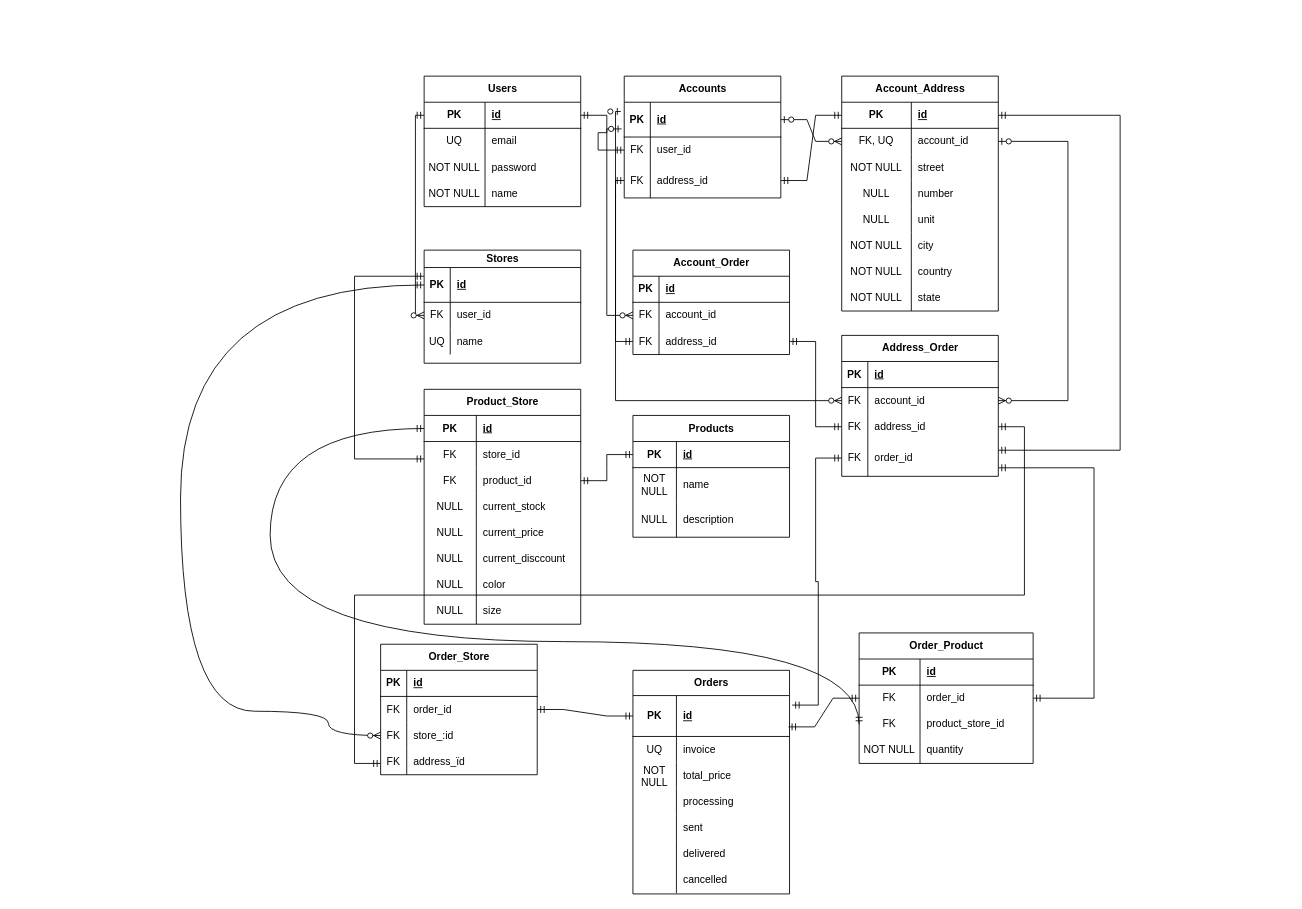
Earlier version of the draw.io diagram Ecommerce/Diseño Lógico.drawio (calamoazul/diagramas-base-datos). Source tidied: cells renumbered, new cells numbered last; positions are measured from the earlier drawing's top-left corner, leaving out a move shared by most shapes. Both pictures are drawn from the tidied source at 87%, with x=0, y=0 at pixel (180, -133).
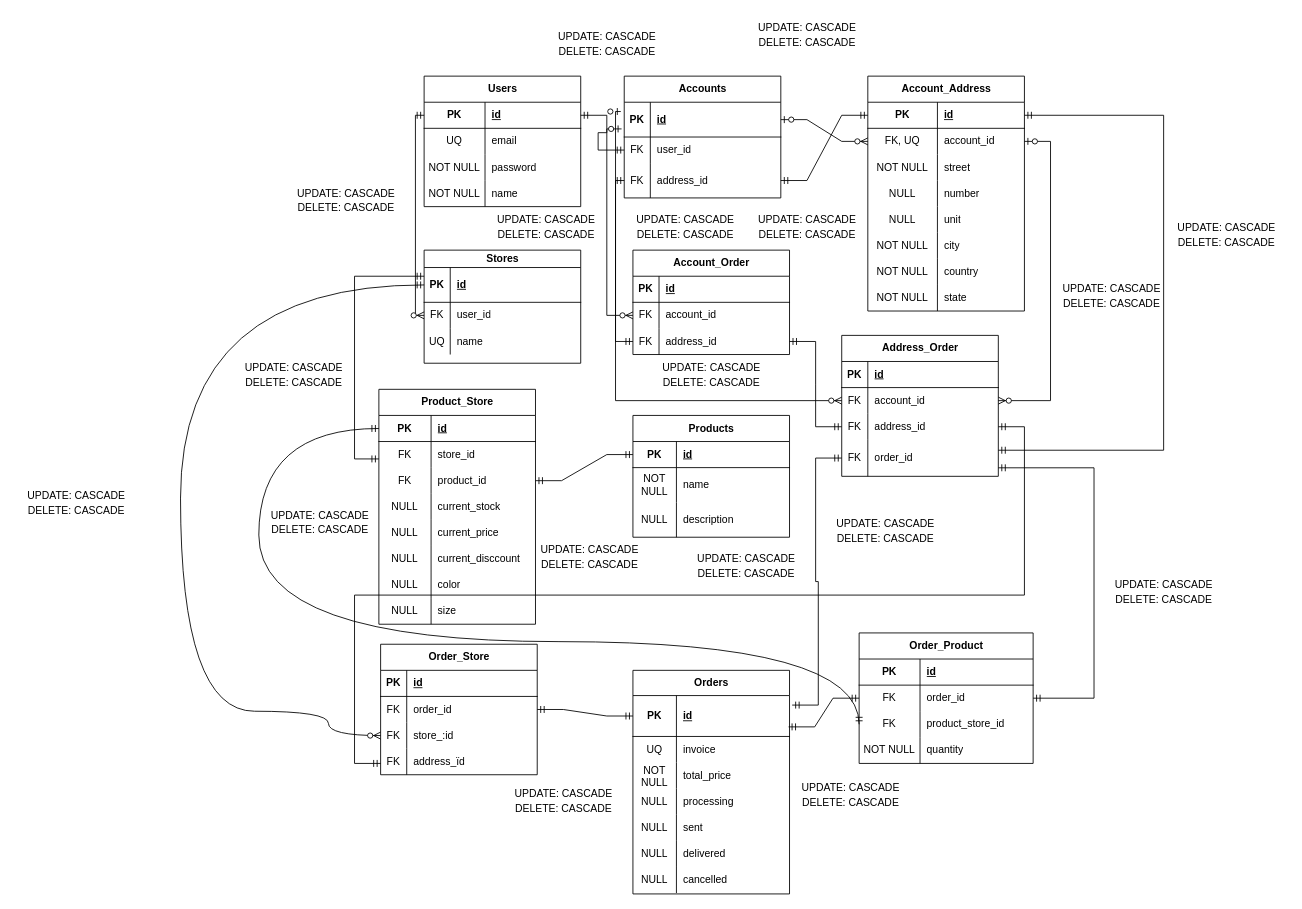
The same page after the edit.

The change refers to these unchanged cells:
```xml
<mxCell id="27" style="shape=tableRow;horizontal=0;startSize=0;swimlaneHead=0;swimlaneBody=0;fillColor=none;points=[[0,0.5],[1,0.5]];portConstraint=eastwest;top=0;left=0;right=0;bottom=1;" parent="26" vertex="1">
  <mxGeometry y="30" width="180" height="30" as="geometry" />
</mxCell>
<mxCell id="30" style="shape=tableRow;horizontal=0;startSize=0;swimlaneHead=0;swimlaneBody=0;fillColor=none;points=[[0,0.5],[1,0.5]];portConstraint=eastwest;top=0;left=0;right=0;bottom=0;" parent="26" vertex="1">
  <mxGeometry y="60" width="180" height="30" as="geometry" />
</mxCell>
<mxCell id="62" style="shape=tableRow;horizontal=0;startSize=0;swimlaneHead=0;swimlaneBody=0;fillColor=none;points=[[0,0.5],[1,0.5]];portConstraint=eastwest;top=0;left=0;right=0;bottom=1;" parent="61" vertex="1">
  <mxGeometry y="30" width="180" height="30" as="geometry" />
</mxCell>
<mxCell id="116" style="shape=tableRow;horizontal=0;startSize=0;swimlaneHead=0;swimlaneBody=0;fillColor=none;top=0;left=0;right=0;bottom=0;" parent="106" vertex="1">
  <mxGeometry y="136" width="180" height="30" as="geometry" />
</mxCell>
<mxCell id="119" style="shape=tableRow;horizontal=0;startSize=0;swimlaneHead=0;swimlaneBody=0;fillColor=none;top=0;left=0;right=0;bottom=0;" parent="106" vertex="1">
  <mxGeometry y="166" width="180" height="30" as="geometry" />
</mxCell>
<mxCell id="122" style="shape=tableRow;horizontal=0;startSize=0;swimlaneHead=0;swimlaneBody=0;fillColor=none;top=0;left=0;right=0;bottom=0;" parent="106" vertex="1">
  <mxGeometry y="196" width="180" height="30" as="geometry" />
</mxCell>
<mxCell id="125" style="shape=tableRow;horizontal=0;startSize=0;swimlaneHead=0;swimlaneBody=0;fillColor=none;top=0;left=0;right=0;bottom=0;" parent="106" vertex="1">
  <mxGeometry y="226" width="180" height="30" as="geometry" />
</mxCell>
<mxCell id="135" style="shape=tableRow;horizontal=0;startSize=0;swimlaneHead=0;swimlaneBody=0;fillColor=none;points=[[0,0.5],[1,0.5]];portConstraint=eastwest;top=0;left=0;right=0;bottom=0;" parent="128" vertex="1">
  <mxGeometry y="90" width="200" height="30" as="geometry" />
</mxCell>
<mxCell id="158" style="shape=tableRow;horizontal=0;startSize=0;swimlaneHead=0;swimlaneBody=0;fillColor=none;points=[[0,0.5],[1,0.5]];portConstraint=eastwest;top=0;left=0;right=0;bottom=0;" parent="154" vertex="1">
  <mxGeometry y="60" width="180" height="30" as="geometry" />
</mxCell>
```

Diff of the diagram source:
```diff
@@
     <mxCell id="26" value="Account_Address" style="shape=table;startSize=30;childLayout=tableLayout;rowLines=0;fontStyle=1;align=center;html=1;" parent="1" vertex="1">
-      <mxGeometry x="760" y="240" width="180" height="270" as="geometry" />
+      <mxGeometry x="790" y="240" width="180" height="270" as="geometry" />
     </mxCell>
@@
     <mxCell id="61" value="Product_Store" style="shape=table;startSize=30;childLayout=tableLayout;rowLines=0;fontStyle=1;align=center;html=1;" parent="1" vertex="1">
-      <mxGeometry x="280" y="600" width="180" height="270" as="geometry" />
+      <mxGeometry x="228" y="600" width="180" height="270" as="geometry" />
     </mxCell>
@@
-    <mxCell id="117" style="shape=partialRectangle;fillColor=none;top=0;left=0;bottom=0;right=0;overflow=hidden;whiteSpace=wrap;html=1;" parent="116" vertex="1">
+    <mxCell id="117" value="NULL" style="shape=partialRectangle;fillColor=none;top=0;left=0;bottom=0;right=0;overflow=hidden;whiteSpace=wrap;html=1;" parent="116" vertex="1">
       <mxGeometry width="50" height="30" as="geometry" />
     </mxCell>
@@
-    <mxCell id="120" style="shape=partialRectangle;fillColor=none;top=0;left=0;bottom=0;right=0;overflow=hidden;whiteSpace=wrap;html=1;" parent="119" vertex="1">
+    <mxCell id="120" value="NULL" style="shape=partialRectangle;fillColor=none;top=0;left=0;bottom=0;right=0;overflow=hidden;whiteSpace=wrap;html=1;" parent="119" vertex="1">
       <mxGeometry width="50" height="30" as="geometry" />
     </mxCell>
@@
-    <mxCell id="123" style="shape=partialRectangle;fillColor=none;top=0;left=0;bottom=0;right=0;overflow=hidden;whiteSpace=wrap;html=1;" parent="122" vertex="1">
+    <mxCell id="123" value="NULL" style="shape=partialRectangle;fillColor=none;top=0;left=0;bottom=0;right=0;overflow=hidden;whiteSpace=wrap;html=1;" parent="122" vertex="1">
       <mxGeometry width="50" height="30" as="geometry" />
     </mxCell>
@@
-    <mxCell id="126" style="shape=partialRectangle;fillColor=none;top=0;left=0;bottom=0;right=0;overflow=hidden;whiteSpace=wrap;html=1;" parent="125" vertex="1">
+    <mxCell id="126" value="NULL" style="shape=partialRectangle;fillColor=none;top=0;left=0;bottom=0;right=0;overflow=hidden;whiteSpace=wrap;html=1;" parent="125" vertex="1">
       <mxGeometry width="50" height="30" as="geometry" />
     </mxCell>
@@
     <mxCell id="174" style="edgeStyle=orthogonalEdgeStyle;fontSize=12;html=1;endArrow=ERmandOne;startArrow=ERmandOne;rounded=0;elbow=vertical;curved=1;entryX=0;entryY=0.5;entryDx=0;entryDy=0;exitX=0;exitY=0.5;exitDx=0;exitDy=0;" parent="1" edge="1" source="62" target="135">
       <mxGeometry relative="1" as="geometry">
         <Array as="points">
-          <mxPoint x="103" y="645" />
-          <mxPoint x="103" y="890" />
+          <mxPoint x="90" y="645" />
+          <mxPoint x="90" y="890" />
           <mxPoint x="780" y="890" />
         </Array>
       </mxGeometry>
     </mxCell>
@@
     <mxCell id="177" style="edgeStyle=elbowEdgeStyle;fontSize=12;html=1;endArrow=ERzeroToMany;startArrow=ERzeroToOne;rounded=0;entryX=1;entryY=0.5;entryDx=0;entryDy=0;exitX=1;exitY=0.5;exitDx=0;exitDy=0;" parent="1" edge="1" source="30" target="158">
       <mxGeometry relative="1" as="geometry">
         <Array as="points">
-          <mxPoint x="1020" y="460" />
+          <mxPoint x="1000" y="460" />
         </Array>
       </mxGeometry>
     </mxCell>
     <mxCell id="178" style="edgeStyle=elbowEdgeStyle;fontSize=12;html=1;endArrow=ERmandOne;startArrow=ERmandOne;rounded=0;exitX=1;exitY=0.5;exitDx=0;exitDy=0;" parent="1" edge="1" source="27">
       <mxGeometry relative="1" as="geometry">
         <mxPoint x="940" y="670" as="targetPoint" />
         <Array as="points">
-          <mxPoint x="1080" y="490" />
+          <mxPoint x="1130" y="480" />
         </Array>
       </mxGeometry>
     </mxCell>
@@
+    <mxCell id="185" value="UPDATE: CASCADE&lt;div style=&quot;line-height: 180%;&quot;&gt;DELETE: CASCADE&lt;/div&gt;" style="text;html=1;align=center;verticalAlign=middle;strokeColor=none;fillColor=none;" parent="1" vertex="1">
+      <mxGeometry x="-190" y="708" width="140" height="50" as="geometry" />
+    </mxCell>
+    <mxCell id="186" value="UPDATE: CASCADE&lt;div style=&quot;line-height: 180%;&quot;&gt;DELETE: CASCADE&lt;/div&gt;" style="text;html=1;align=center;verticalAlign=middle;strokeColor=none;fillColor=none;" parent="1" vertex="1">
+      <mxGeometry x="90" y="730" width="140" height="50" as="geometry" />
+    </mxCell>
+    <mxCell id="187" value="UPDATE: CASCADE&lt;div style=&quot;line-height: 180%;&quot;&gt;DELETE: CASCADE&lt;/div&gt;" style="text;html=1;align=center;verticalAlign=middle;strokeColor=none;fillColor=none;" parent="1" vertex="1">
+      <mxGeometry x="120" y="360" width="140" height="50" as="geometry" />
+    </mxCell>
+    <mxCell id="188" value="UPDATE: CASCADE&lt;div style=&quot;line-height: 180%;&quot;&gt;DELETE: CASCADE&lt;/div&gt;" style="text;html=1;align=center;verticalAlign=middle;strokeColor=none;fillColor=none;" parent="1" vertex="1">
+      <mxGeometry x="1132" y="400" width="140" height="50" as="geometry" />
+    </mxCell>
+    <mxCell id="189" value="UPDATE: CASCADE&lt;div style=&quot;line-height: 180%;&quot;&gt;DELETE: CASCADE&lt;/div&gt;" style="text;html=1;align=center;verticalAlign=middle;strokeColor=none;fillColor=none;" parent="1" vertex="1">
+      <mxGeometry x="1000" y="470" width="140" height="50" as="geometry" />
+    </mxCell>
+    <mxCell id="190" value="UPDATE: CASCADE&lt;div style=&quot;line-height: 180%;&quot;&gt;DELETE: CASCADE&lt;/div&gt;" style="text;html=1;align=center;verticalAlign=middle;strokeColor=none;fillColor=none;" parent="1" vertex="1">
+      <mxGeometry x="510" y="390" width="140" height="50" as="geometry" />
+    </mxCell>
+    <mxCell id="191" value="UPDATE: CASCADE&lt;div style=&quot;line-height: 180%;&quot;&gt;DELETE: CASCADE&lt;/div&gt;" style="text;html=1;align=center;verticalAlign=middle;strokeColor=none;fillColor=none;" parent="1" vertex="1">
+      <mxGeometry x="350" y="390" width="140" height="50" as="geometry" />
+    </mxCell>
+    <mxCell id="192" value="UPDATE: CASCADE&lt;div style=&quot;line-height: 180%;&quot;&gt;DELETE: CASCADE&lt;/div&gt;" style="text;html=1;align=center;verticalAlign=middle;strokeColor=none;fillColor=none;" parent="1" vertex="1">
+      <mxGeometry x="1060" y="810" width="140" height="50" as="geometry" />
+    </mxCell>
+    <mxCell id="193" value="UPDATE: CASCADE&lt;div style=&quot;line-height: 180%;&quot;&gt;DELETE: CASCADE&lt;/div&gt;" style="text;html=1;align=center;verticalAlign=middle;strokeColor=none;fillColor=none;" parent="1" vertex="1">
+      <mxGeometry x="580" y="780" width="140" height="50" as="geometry" />
+    </mxCell>
+    <mxCell id="194" value="UPDATE: CASCADE&lt;div style=&quot;line-height: 180%;&quot;&gt;DELETE: CASCADE&lt;/div&gt;" style="text;html=1;align=center;verticalAlign=middle;strokeColor=none;fillColor=none;" parent="1" vertex="1">
+      <mxGeometry x="370" y="1050" width="140" height="50" as="geometry" />
+    </mxCell>
+    <mxCell id="195" value="UPDATE: CASCADE&lt;div style=&quot;line-height: 180%;&quot;&gt;DELETE: CASCADE&lt;/div&gt;" style="text;html=1;align=center;verticalAlign=middle;strokeColor=none;fillColor=none;" parent="1" vertex="1">
+      <mxGeometry x="700" y="1043" width="140" height="50" as="geometry" />
+    </mxCell>
+    <mxCell id="196" value="UPDATE: CASCADE&lt;div style=&quot;line-height: 180%;&quot;&gt;DELETE: CASCADE&lt;/div&gt;" style="text;html=1;align=center;verticalAlign=middle;strokeColor=none;fillColor=none;" parent="1" vertex="1">
+      <mxGeometry x="740" y="740" width="140" height="50" as="geometry" />
+    </mxCell>
+    <mxCell id="197" value="UPDATE: CASCADE&lt;div style=&quot;line-height: 180%;&quot;&gt;DELETE: CASCADE&lt;/div&gt;" style="text;html=1;align=center;verticalAlign=middle;strokeColor=none;fillColor=none;" parent="1" vertex="1">
+      <mxGeometry x="540" y="561" width="140" height="50" as="geometry" />
+    </mxCell>
+    <mxCell id="198" value="UPDATE: CASCADE&lt;div style=&quot;line-height: 180%;&quot;&gt;DELETE: CASCADE&lt;/div&gt;" style="text;html=1;align=center;verticalAlign=middle;strokeColor=none;fillColor=none;" parent="1" vertex="1">
+      <mxGeometry x="60" y="561" width="140" height="50" as="geometry" />
+    </mxCell>
+    <mxCell id="199" value="UPDATE: CASCADE&lt;div style=&quot;line-height: 180%;&quot;&gt;DELETE: CASCADE&lt;/div&gt;" style="text;html=1;align=center;verticalAlign=middle;strokeColor=none;fillColor=none;" parent="1" vertex="1">
+      <mxGeometry x="420" y="180" width="140" height="50" as="geometry" />
+    </mxCell>
+    <mxCell id="200" value="UPDATE: CASCADE&lt;div style=&quot;line-height: 180%;&quot;&gt;DELETE: CASCADE&lt;/div&gt;" style="text;html=1;align=center;verticalAlign=middle;strokeColor=none;fillColor=none;" parent="1" vertex="1">
+      <mxGeometry x="650" y="170" width="140" height="50" as="geometry" />
+    </mxCell>
+    <mxCell id="201" value="UPDATE: CASCADE&lt;div style=&quot;line-height: 180%;&quot;&gt;DELETE: CASCADE&lt;/div&gt;" style="text;html=1;align=center;verticalAlign=middle;strokeColor=none;fillColor=none;" parent="1" vertex="1">
+      <mxGeometry x="400" y="770" width="140" height="50" as="geometry" />
+    </mxCell>
+    <mxCell id="202" value="UPDATE: CASCADE&lt;div style=&quot;line-height: 180%;&quot;&gt;DELETE: CASCADE&lt;/div&gt;" style="text;html=1;align=center;verticalAlign=middle;strokeColor=none;fillColor=none;" parent="1" vertex="1">
+      <mxGeometry x="650" y="390" width="140" height="50" as="geometry" />
+    </mxCell>
```
